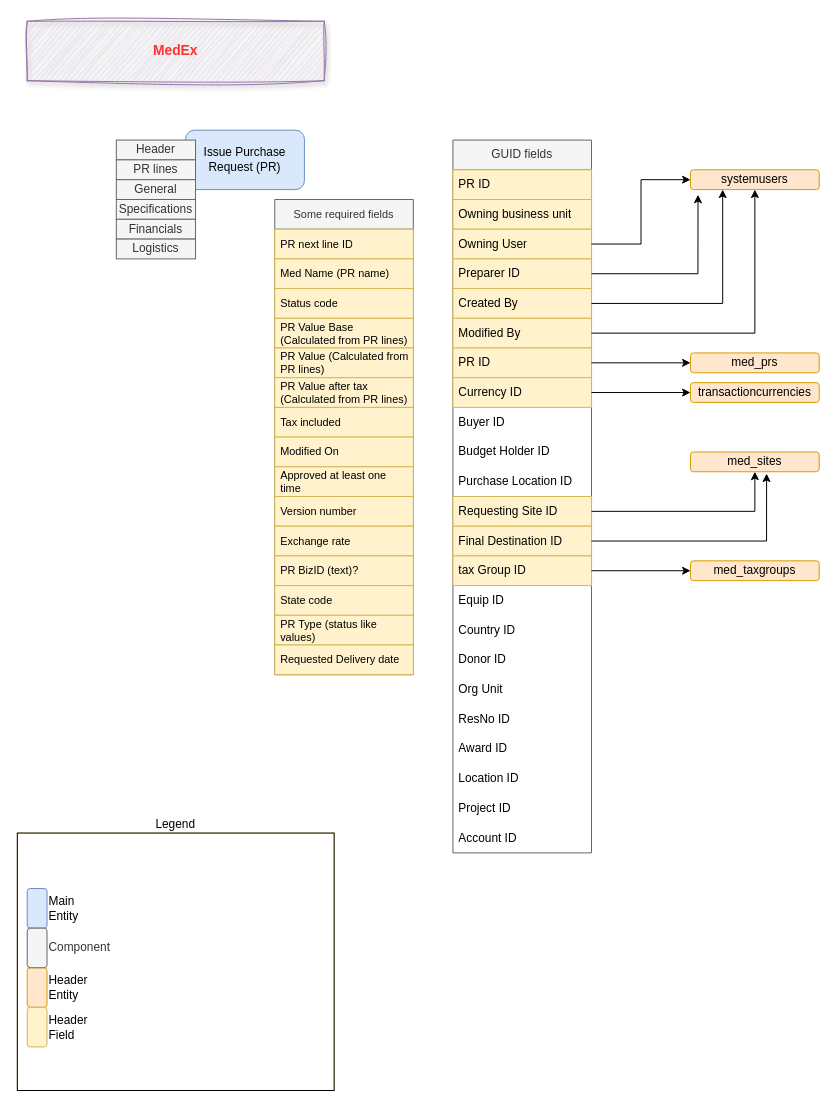
Before: page "PR Details" (3 of 3) of scm_value_chain.drawio in Medair/drawio, a draw.io diagram. Source tidied: cells renumbered, new cells numbered last; positions are measured from the earlier drawing's top-left corner, leaving out a move shared by most shapes. Both pictures are drawn from the tidied source at 99%, with x=0, y=0 at pixel (17, 21).
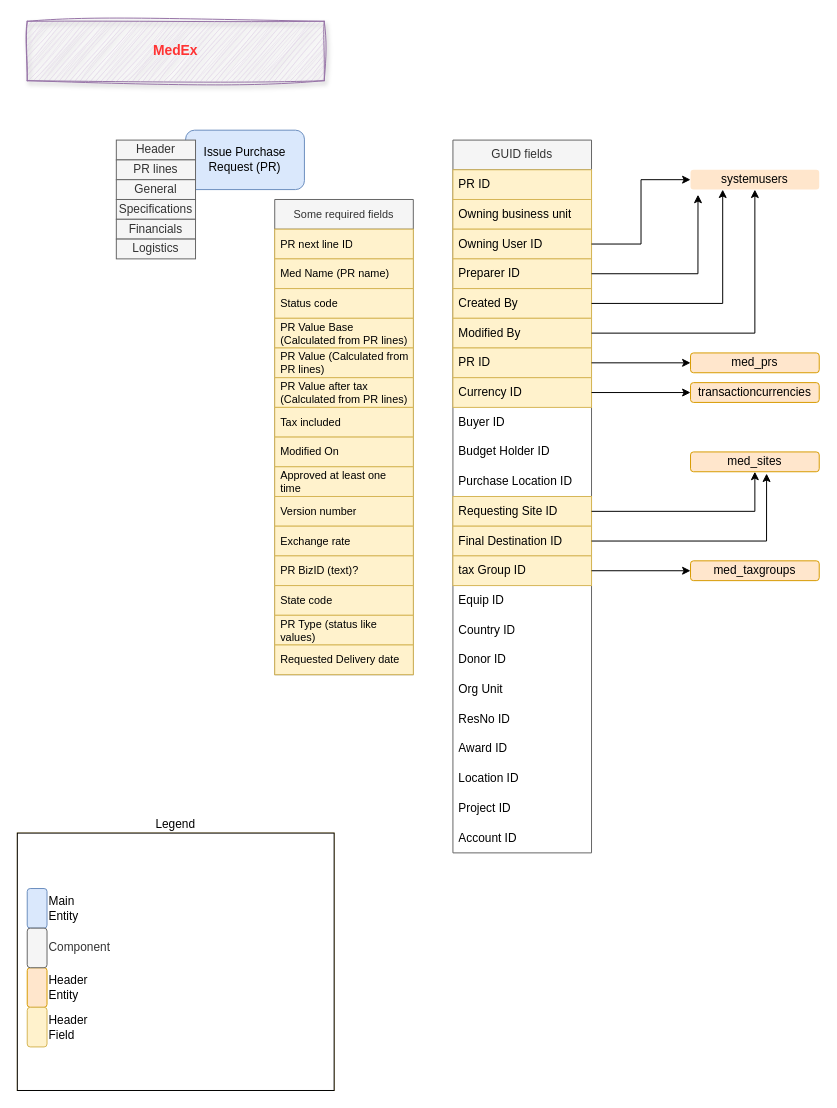
The same diagram, later.

The change refers to these unchanged cells:
```xml
<mxCell id="33" value="GUID fields" style="swimlane;fontStyle=0;horizontal=1;startSize=30;whiteSpace=wrap;html=1;fillColor=#f5f5f5;fontColor=#333333;strokeColor=#666666;" parent="1" vertex="1">
  <mxGeometry x="440" y="120" width="140" height="720" as="geometry" />
</mxCell>
```

Change to the diagram source:
```diff
@@
-    <mxCell id="36" value="Owning User" style="text;strokeColor=#d6b656;fillColor=#fff2cc;align=left;verticalAlign=middle;spacingLeft=4;spacingRight=4;overflow=hidden;points=[[0,0.5],[1,0.5]];portConstraint=eastwest;whiteSpace=wrap;html=1;" parent="33" vertex="1">
+    <mxCell id="36" value="Owning User ID" style="text;strokeColor=#d6b656;fillColor=#fff2cc;align=left;verticalAlign=middle;spacingLeft=4;spacingRight=4;overflow=hidden;points=[[0,0.5],[1,0.5]];portConstraint=eastwest;whiteSpace=wrap;html=1;" parent="33" vertex="1">
       <mxGeometry y="90" width="140" height="30" as="geometry" />
     </mxCell>
@@
-    <mxCell id="58" value="systemusers" style="rounded=1;whiteSpace=wrap;html=1;fillColor=#ffe6cc;strokeColor=#d79b00;" parent="1" vertex="1">
+    <mxCell id="58" value="systemusers" style="rounded=1;whiteSpace=wrap;html=1;fillColor=#ffe6cc;strokeColor=none;" parent="1" vertex="1">
       <mxGeometry x="680" y="150" width="130" height="20" as="geometry" />
     </mxCell>
```
